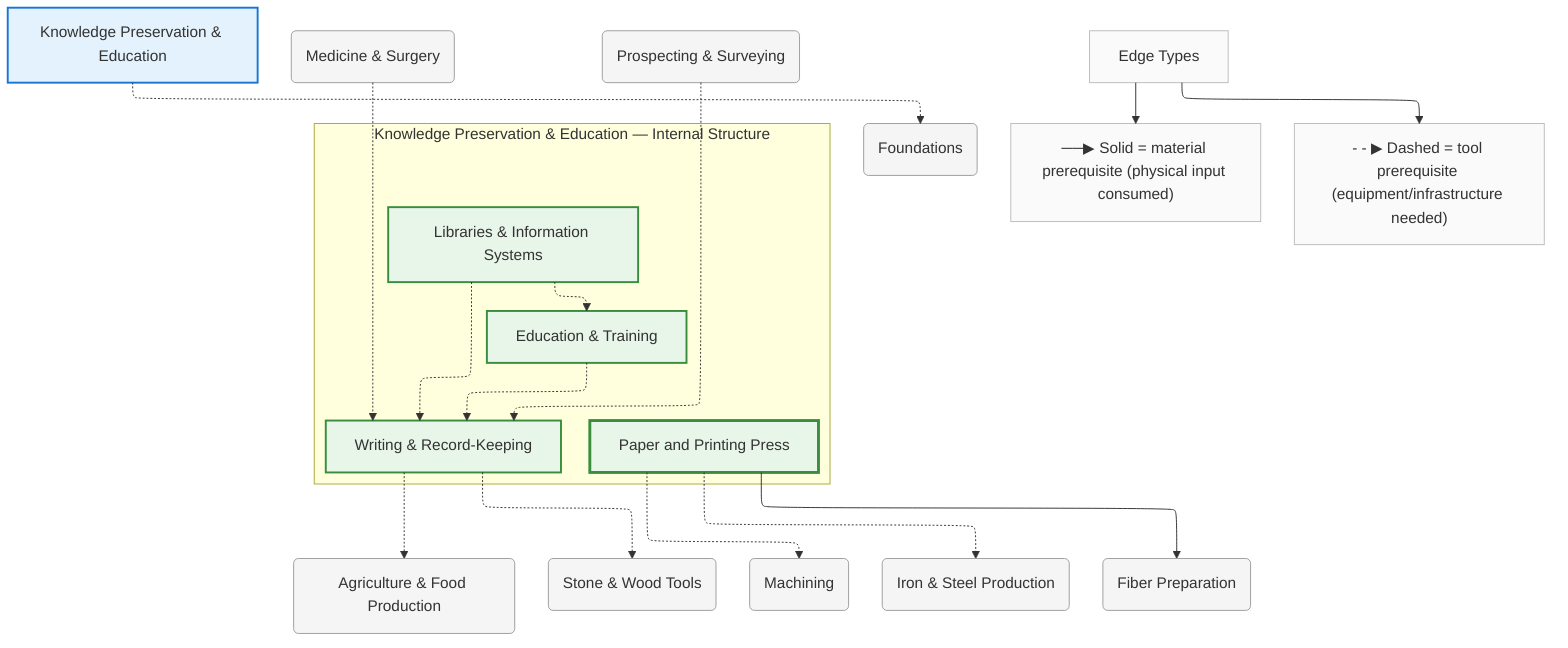
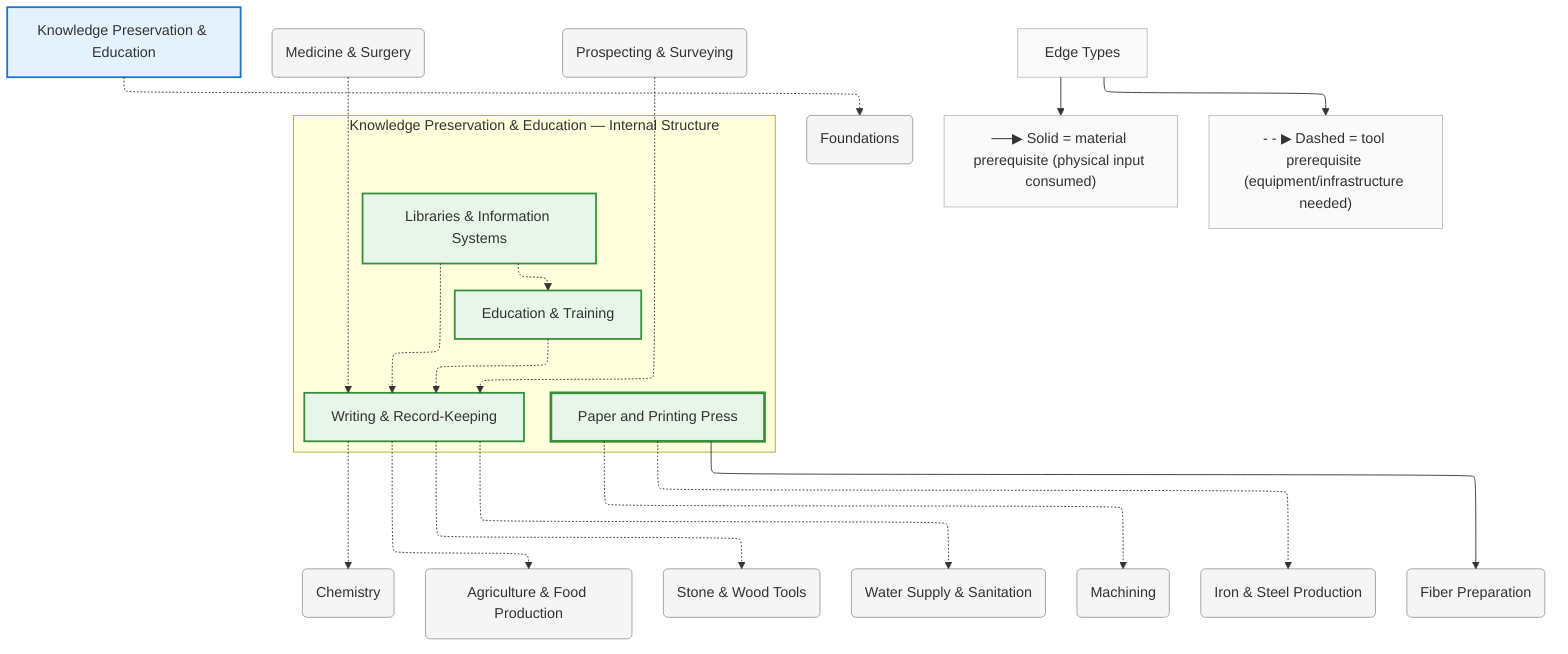
%%{init: {"flowchart": {"defaultRenderer": "elk", "htmlLabels": true}}}%%
graph TD
    %% Domain: Knowledge Preservation & Education

    %% ==================== INTERNAL NODES ====================
    subgraph knowledge_internal ["Knowledge Preservation & Education — Internal Structure"]
        direction TB
        knowledge_writing["Writing & Record-Keeping"]
        knowledge_education["Education & Training"]
        knowledge_libraries["Libraries & Information Systems"]
        knowledge_printing["Paper and Printing Press"]
    end

    %% ==================== DOMAIN NODE ====================
    knowledge["Knowledge Preservation & Education"]

    %% ==================== EXTERNAL DEPENDENCIES ====================
+     chemistry("Chemistry")
    foundations("Foundations")
    foundations_food-agriculture("Agriculture & Food Production")
    foundations_tools-basic("Stone & Wood Tools")
    health_medicine("Medicine & Surgery")
+     health_sanitation("Water Supply & Sanitation")
    machine-tools_machining("Machining")
    metals_iron-steel("Iron & Steel Production")
    mining_prospecting("Prospecting & Surveying")
    textiles_fibers("Fiber Preparation")

    %% ==================== EDGES ====================
    knowledge_education -.-> knowledge_writing
    knowledge_libraries -.-> knowledge_writing
    knowledge_libraries -.-> knowledge_education
    knowledge -.-> foundations
    knowledge_writing -.-> foundations_tools-basic
    knowledge_writing -.-> foundations_food-agriculture
    health_medicine -.-> knowledge_writing
    mining_prospecting -.-> knowledge_writing
    knowledge_printing -.-> metals_iron-steel
    knowledge_printing --> textiles_fibers
    knowledge_printing -.-> machine-tools_machining
+     knowledge_writing -.-> chemistry
+     knowledge_writing -.-> health_sanitation

    %% ==================== EDGE TYPE LEGEND ====================
    EdgeLegend["Edge Types"]
    EdgeLegend --> MatNote["──▶ Solid = material prerequisite (physical input consumed)"]
    EdgeLegend --> ToolNote["- - ▶ Dashed = tool prerequisite (equipment/infrastructure needed)"]

    %% ==================== STYLING ====================
    classDef domain fill:#e3f2fd,stroke:#1976d2,stroke-width:2px
    classDef capability fill:#e8f5e9,stroke:#388e3c,stroke-width:2px
    classDef process fill:#fff3e0,stroke:#f57c00,stroke-width:2px
    classDef critical fill:#fff3e0,stroke:#f57c00,stroke-width:3px
    classDef earlyWin fill:#e8f5e9,stroke:#388e3c,stroke-width:3px
    classDef pinnacle fill:#fce4ec,stroke:#c62828,stroke-width:3px
    classDef external fill:#f5f5f5,stroke:#9e9e9e,stroke-width:1px
    classDef legend fill:#fafafa,stroke:#bdbdbd,stroke-width:1px
    class knowledge domain
    class knowledge_writing capability
    class knowledge_education capability
    class knowledge_libraries capability
    class knowledge_printing earlyWin
+     class chemistry external
    class foundations external
    class foundations_food-agriculture external
    class foundations_tools-basic external
    class health_medicine external
+     class health_sanitation external
    class machine-tools_machining external
    class metals_iron-steel external
    class mining_prospecting external
    class textiles_fibers external
    class EdgeLegend,MatNote,ToolNote legend
